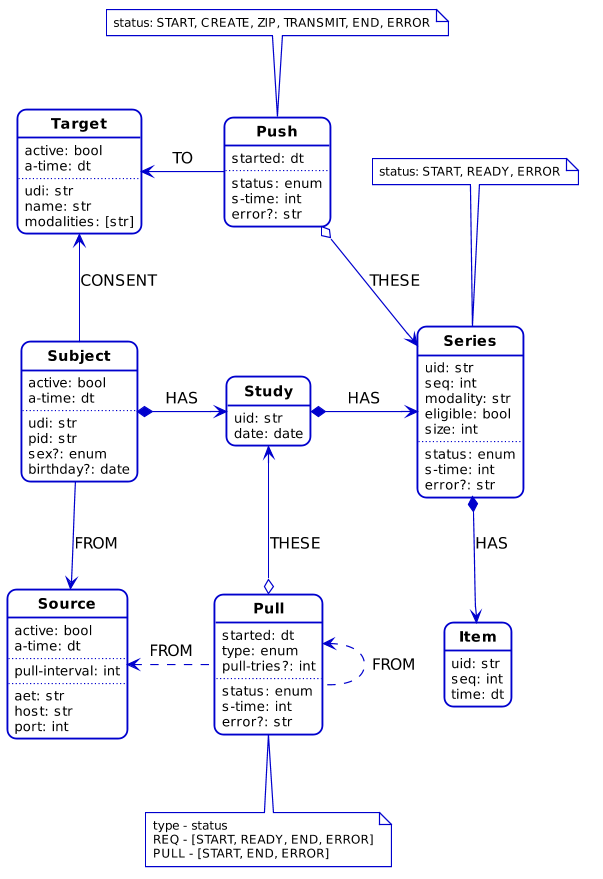
Earlier version of the PlantUML export docs/pull-push.png (shumy-tools/cad-proxy).
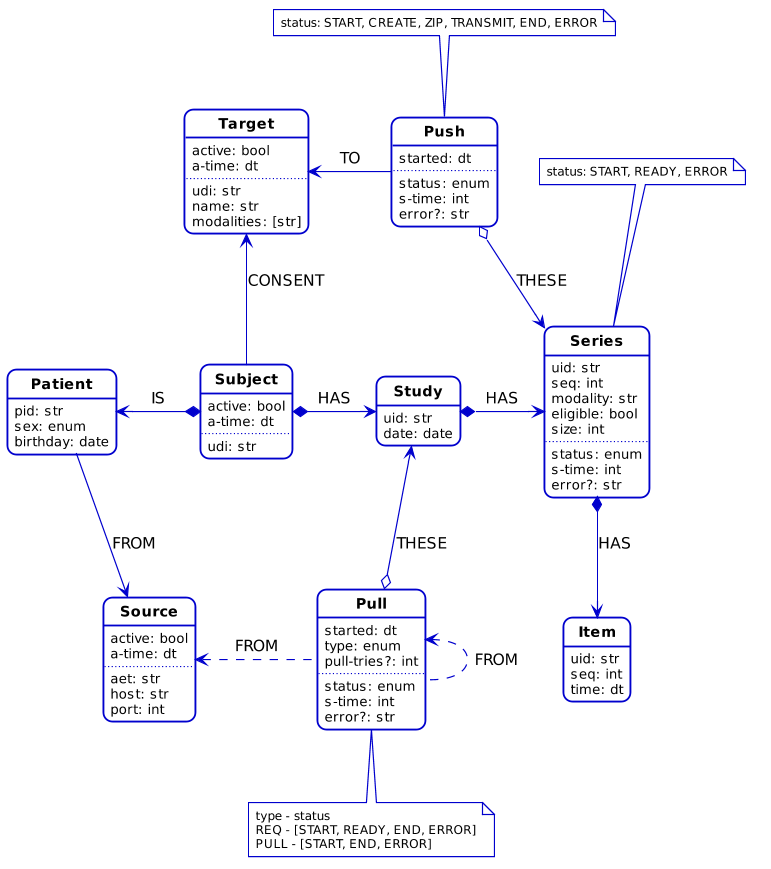
The same diagram one commit later.

The edit, as a diff of the source:
```diff
@@ -33,8 +33,6 @@
   active: bool
   a-time: dt
   ..
-  pull-interval: int
-  ..
   aet: str
   host: str
   port: int
@@ -55,15 +53,17 @@
   PULL - [START, END, ERROR]
 end note
 
+class Patient {
+  pid: str
+  sex: enum
+  birthday: date
+}
+
 class Subject {
   active: bool
   a-time: dt
   ..
   udi: str
-  pid: str
-
-  sex?: enum
-  birthday?: date
 }
 
 class Study {
@@ -117,8 +117,9 @@
 Pull .up.> Pull:FROM
 Pull o-down-> Study:THESE
 
-Subject --> Source:FROM
 Subject --> Target:CONSENT
+Subject *-left-> Patient:IS
+Patient --> Source:FROM
 
 Subject *-right-> Study:HAS
 Study *-right-> Series:HAS
```
